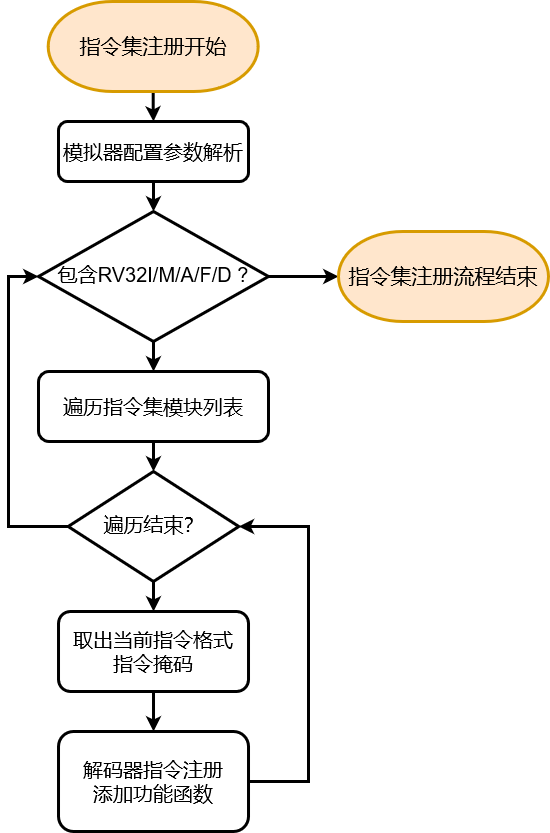
This is latex/paper/figures/decode-process.png from toughpig/paper, a draw.io export, as it was before one commit. Source tidied: cells renumbered, new cells last; positions are measured from the earlier drawing's top-left corner, leaving out a move shared by most shapes.
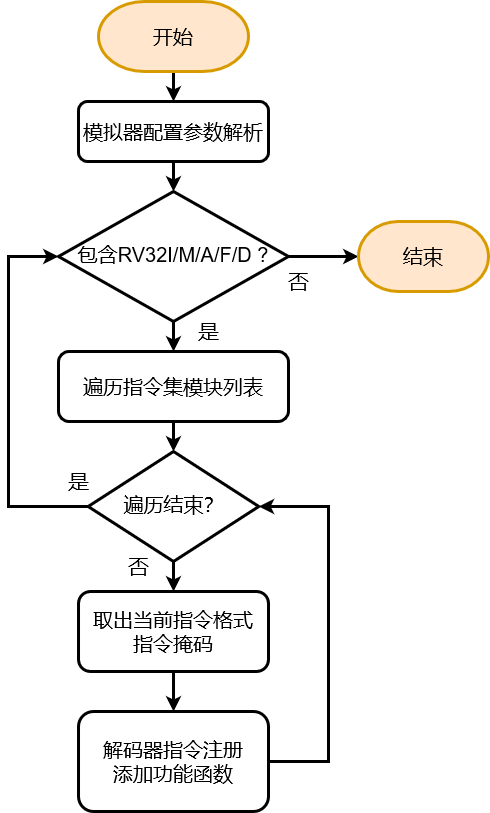
The same file after the commit.

The edit, as a diff of the source:
```diff
@@ -23,8 +23,8 @@
     <mxCell id="8" style="edgeStyle=orthogonalEdgeStyle;rounded=0;jettySize=auto;html=1;entryX=0;entryY=0.5;entryDx=0;entryDy=0;fontSize=21;strokeWidth=3;" parent="1" edge="1" source="9" target="6">
       <mxGeometry relative="1" as="geometry">
         <Array as="points">
-          <mxPoint y="525" />
-          <mxPoint y="275" />
+          <mxPoint x="-20" y="525" />
+          <mxPoint x="-20" y="275" />
         </Array>
       </mxGeometry>
     </mxCell>
@@ -57,11 +57,23 @@
     <mxCell id="16" style="edgeStyle=orthogonalEdgeStyle;rounded=0;jettySize=auto;html=1;entryX=0.5;entryY=0;entryDx=0;entryDy=0;fontSize=21;strokeWidth=3;" parent="1" edge="1" source="17" target="3">
       <mxGeometry relative="1" as="geometry" />
     </mxCell>
-    <mxCell id="17" value="&lt;font style=&quot;font-size: 21px&quot;&gt;指令集注册开始&lt;/font&gt;" style="strokeWidth=3;html=1;shape=mxgraph.flowchart.terminator;whiteSpace=wrap;fillColor=#ffe6cc;strokeColor=#d79b00;" parent="1" vertex="1">
-      <mxGeometry x="39.7" width="210" height="90" as="geometry" />
+    <mxCell id="17" value="&lt;font style=&quot;font-size: 20px;&quot;&gt;开始&lt;/font&gt;" style="strokeWidth=3;html=1;shape=mxgraph.flowchart.terminator;whiteSpace=wrap;fillColor=#ffe6cc;strokeColor=#d79b00;" parent="1" vertex="1">
+      <mxGeometry x="70" y="20" width="150" height="70" as="geometry" />
     </mxCell>
-    <mxCell id="18" value="&lt;font style=&quot;font-size: 21px&quot;&gt;指令集注册流程结束&lt;/font&gt;" style="strokeWidth=3;html=1;shape=mxgraph.flowchart.terminator;whiteSpace=wrap;fillColor=#ffe6cc;strokeColor=#d79b00;" parent="1" vertex="1">
-      <mxGeometry x="330" y="230" width="210" height="90" as="geometry" />
+    <mxCell id="18" value="&lt;font style=&quot;font-size: 20px;&quot;&gt;结束&lt;/font&gt;" style="strokeWidth=3;html=1;shape=mxgraph.flowchart.terminator;whiteSpace=wrap;fillColor=#ffe6cc;strokeColor=#d79b00;" parent="1" vertex="1">
+      <mxGeometry x="330" y="240" width="130" height="70" as="geometry" />
     </mxCell>
+    <mxCell id="19" value="&lt;font style=&quot;font-size: 21px;&quot;&gt;是&lt;/font&gt;" style="text;html=1;align=center;verticalAlign=middle;strokeColor=none;fillColor=none;" parent="1" vertex="1">
+      <mxGeometry x="160" y="340" width="40" height="20" as="geometry" />
+    </mxCell>
+    <mxCell id="20" value="&lt;font style=&quot;font-size: 21px;&quot;&gt;是&lt;/font&gt;" style="text;html=1;align=center;verticalAlign=middle;strokeColor=none;fillColor=none;" parent="1" vertex="1">
+      <mxGeometry x="30" y="490" width="40" height="20" as="geometry" />
+    </mxCell>
+    <mxCell id="21" value="&lt;font style=&quot;font-size: 21px;&quot;&gt;否&lt;/font&gt;" style="text;html=1;align=center;verticalAlign=middle;strokeColor=none;fillColor=none;" parent="1" vertex="1">
+      <mxGeometry x="90" y="575" width="40" height="20" as="geometry" />
+    </mxCell>
+    <mxCell id="22" value="&lt;font style=&quot;font-size: 21px;&quot;&gt;否&lt;/font&gt;" style="text;html=1;align=center;verticalAlign=middle;strokeColor=none;fillColor=none;" parent="1" vertex="1">
+      <mxGeometry x="249.7" y="290" width="40" height="20" as="geometry" />
+    </mxCell>
   </root>
 </mxGraphModel>
```
